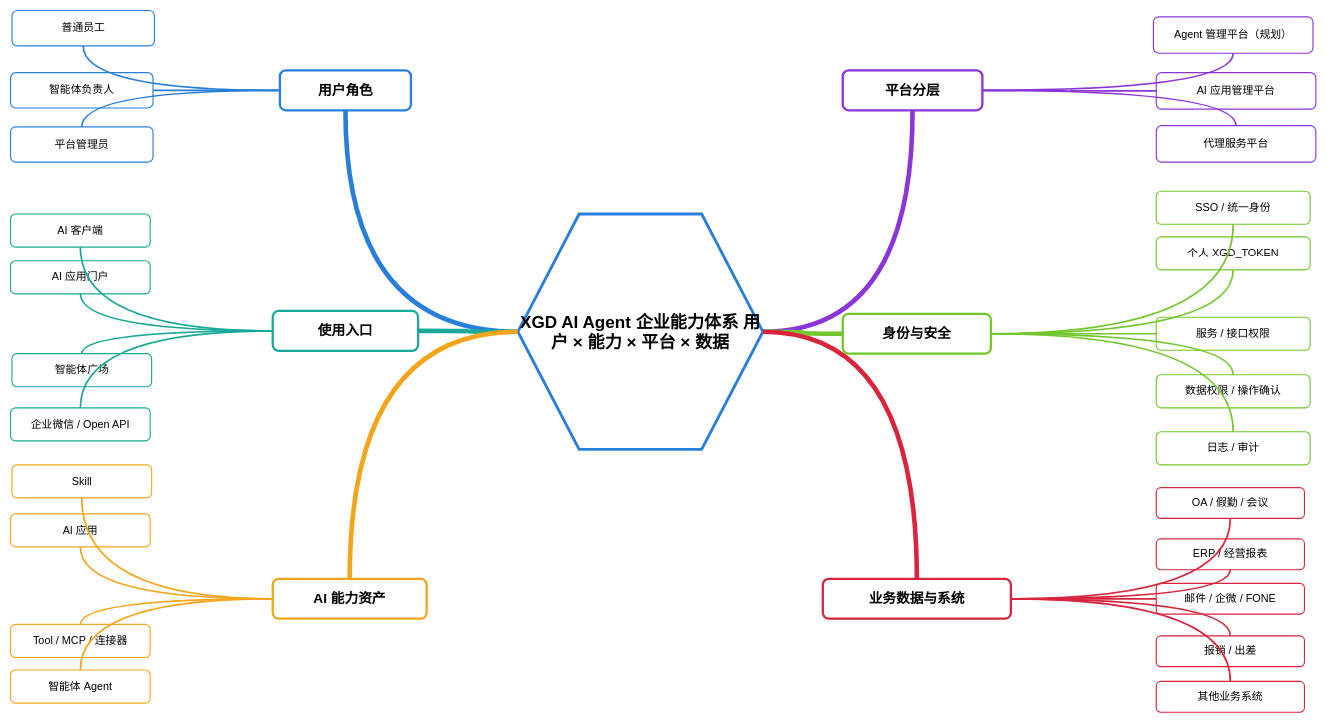
The draw.io diagram 新国都_AI_Agent平台概念关系全景图.drawio in wf1woi/drawio-network, before the edit. Source tidied: cells renumbered, new cells numbered last; positions are measured from the earlier drawing's top-left corner, leaving out a move shared by most shapes. Both pictures are drawn from the tidied source at 57%, with x=0, y=0 at pixel (10, 10).
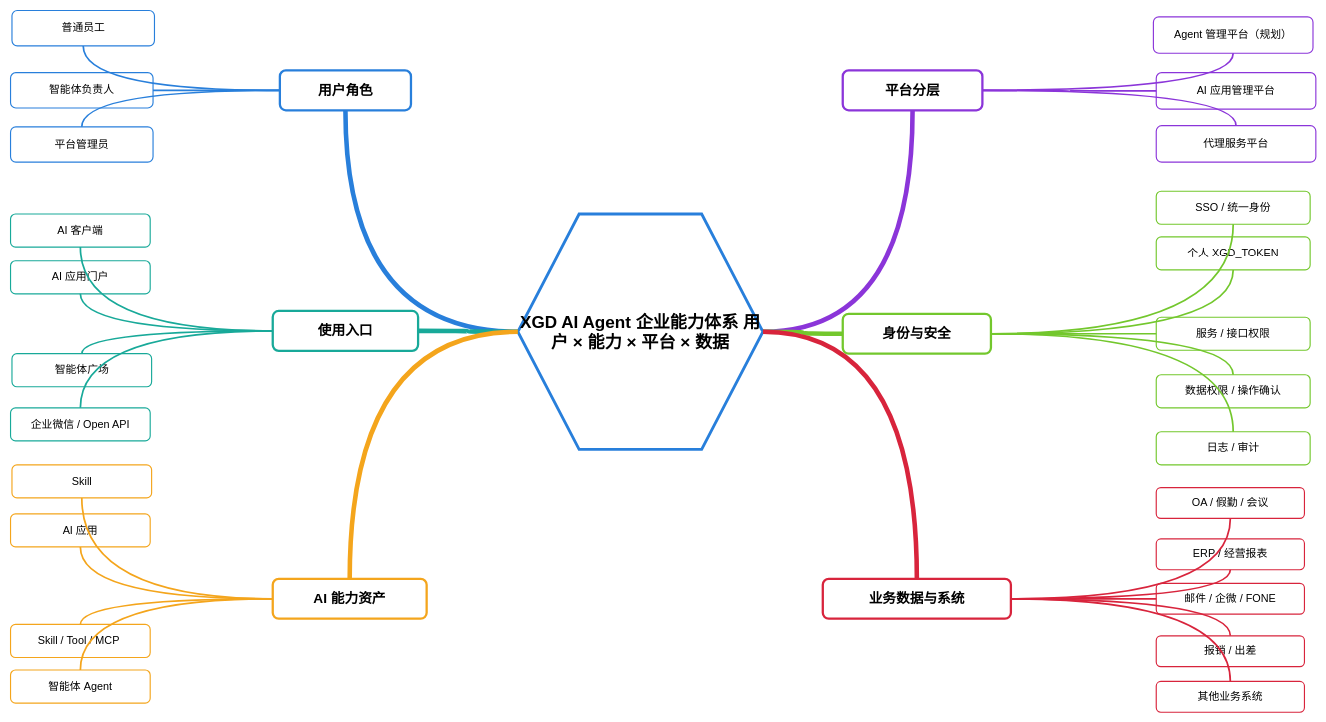
The same diagram, later.

Commit message:
更新新国都_AI_Agent平台概念关系全景图.drawio

What changed in the source:
```diff
@@
-    <mxCell id="42" value="Tool / MCP / 连接器" style="rounded=1;whiteSpace=wrap;html=1;fontFamily=Microsoft YaHei;fontSize=19;fillColor=#FFFFFF;strokeColor=#F4A51C;strokeWidth=2;" parent="1" vertex="1">
+    <mxCell id="42" value="Skill / Tool / MCP&amp;nbsp;" style="rounded=1;whiteSpace=wrap;html=1;fontFamily=Microsoft YaHei;fontSize=19;fillColor=#FFFFFF;strokeColor=#F4A51C;strokeWidth=2;" parent="1" vertex="1">
       <mxGeometry y="1077" width="245" height="58" as="geometry" />
     </mxCell>
```
